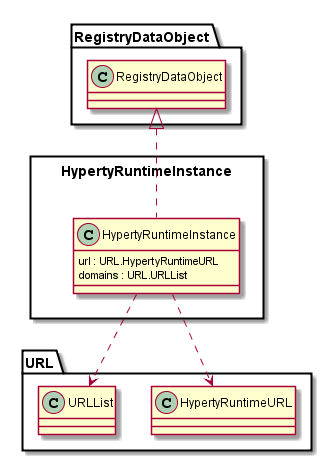
Before: docs/datamodel/Hyperty-Runtime-Instance-Data-Object-Model.png, a diagram exported from PlantUML (reTHINK-project/dev-service-framework).
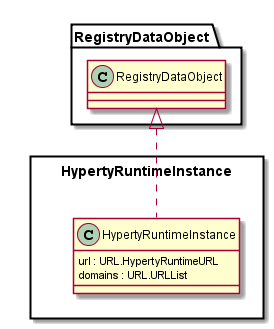
After the commit.

Commit message:
more fixes in the data model for json-schema generation

Change to the diagram source:
```diff
@@ -9,9 +9,6 @@
 
 	HypertyRuntimeInstance .up.|> RegistryDataObject.RegistryDataObject
 
-	HypertyRuntimeInstance ..> URL.HypertyRuntimeURL
-
-	HypertyRuntimeInstance ..> URL.URLList
-}
+	}
 
 @enduml
```
